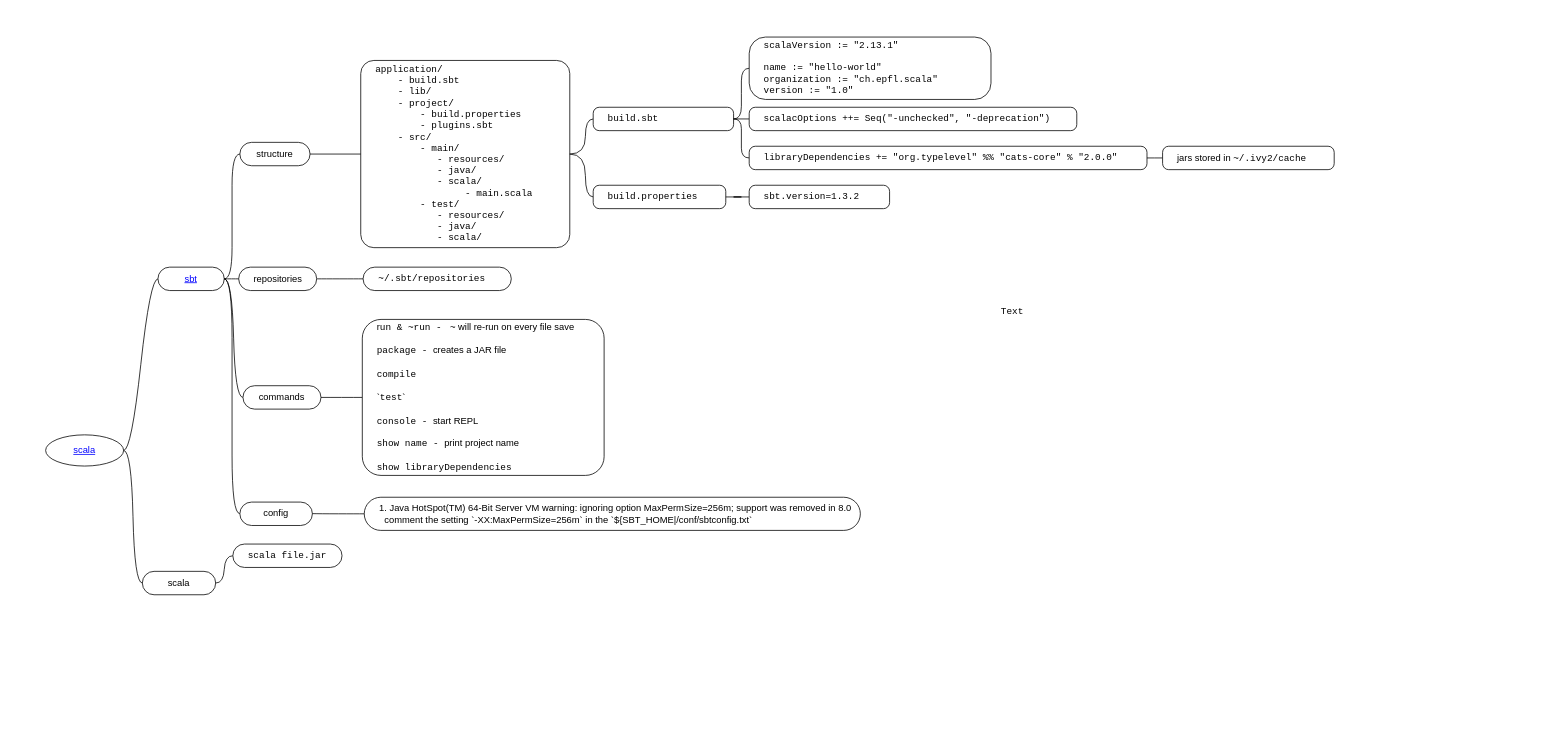
Before: page "scala" (3 of 3) of scala/scala.drawio in yangdj/tf_docs, a draw.io diagram. Source tidied: cells renumbered, new cells numbered last; positions are measured from the earlier drawing's top-left corner, leaving out a move shared by most shapes. Both pictures are drawn from the tidied source at 78%, with x=0, y=0 at pixel (13, 13).
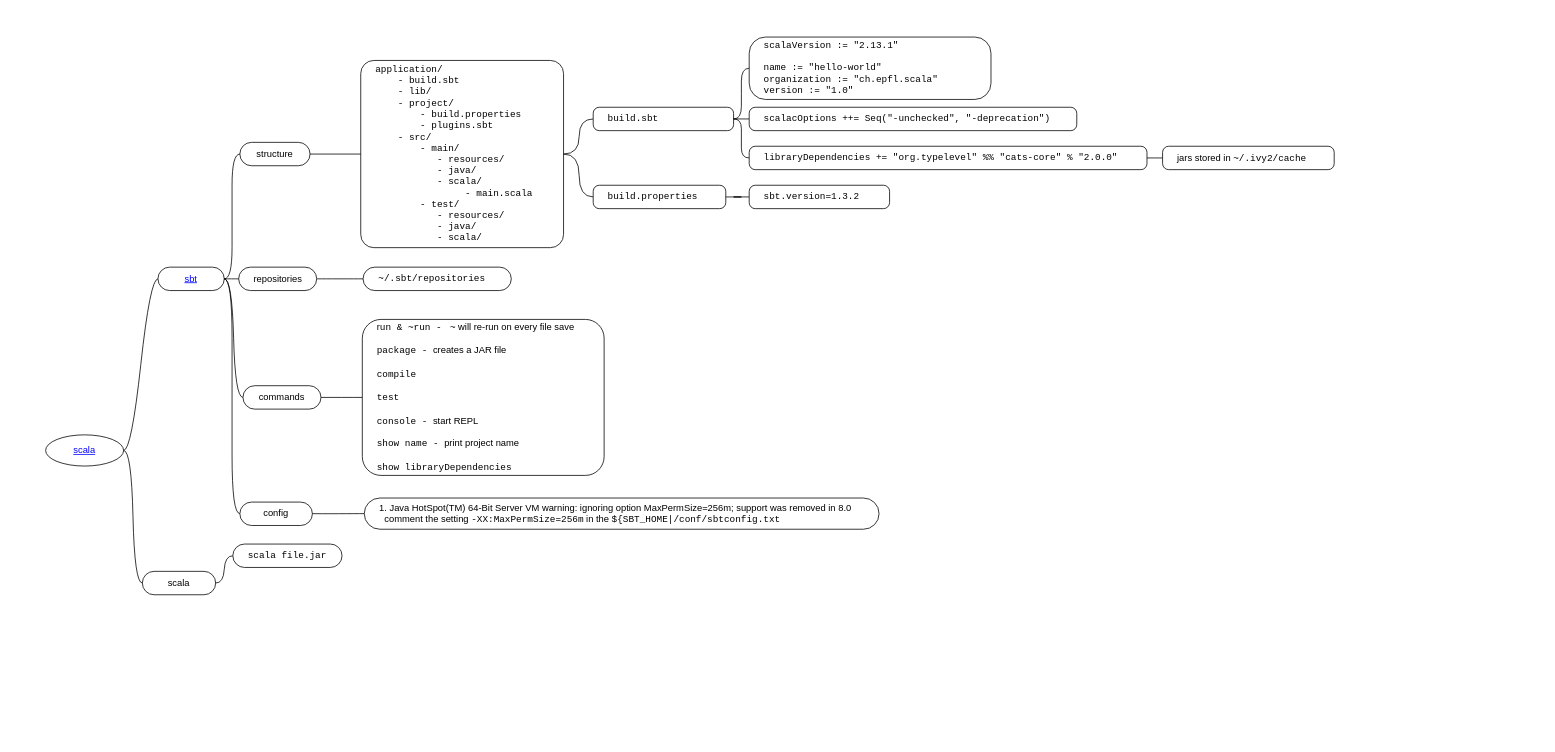
Above is the later version.

What changed in the source:
```diff
@@
-    <mxCell id="2" style="swimlane;html=1;startSize=20;horizontal=1;containerType=tree;fillColor=none;strokeColor=none;spacingLeft=15;fixDash=0;backgroundOutline=0;rounded=1;align=left;verticalAlign=middle;" parent="1" vertex="1">
+    <mxCell id="2" style="swimlane;html=1;startSize=20;horizontal=1;containerType=tree;fillColor=none;strokeColor=none;spacingLeft=15;fixDash=0;backgroundOutline=0;rounded=1;align=left;verticalAlign=middle;fontFamily=Helvetica;" parent="1" vertex="1">
       <mxGeometry width="1960" height="930" as="geometry" />
     </mxCell>
@@
     <mxCell id="16" value="application/&lt;br&gt;&amp;nbsp; &amp;nbsp; - build.sbt&lt;br&gt;&amp;nbsp; &amp;nbsp; - lib/&lt;br&gt;&amp;nbsp; &amp;nbsp; - project/&lt;br&gt;&amp;nbsp; &amp;nbsp; &amp;nbsp; &amp;nbsp; - build.properties&lt;br&gt;&amp;nbsp; &amp;nbsp; &amp;nbsp; &amp;nbsp; - plugins.sbt&lt;br&gt;&amp;nbsp; &amp;nbsp; - src/&lt;br&gt;&amp;nbsp; &amp;nbsp; &amp;nbsp; &amp;nbsp; - main/&lt;br&gt;&amp;nbsp; &amp;nbsp; &amp;nbsp; &amp;nbsp; &amp;nbsp; &amp;nbsp;- resources/&lt;br&gt;&amp;nbsp; &amp;nbsp; &amp;nbsp; &amp;nbsp; &amp;nbsp; &amp;nbsp;- java/&lt;br&gt;&amp;nbsp; &amp;nbsp; &amp;nbsp; &amp;nbsp; &amp;nbsp; &amp;nbsp;- scala/&lt;br&gt;&amp;nbsp; &amp;nbsp; &amp;nbsp; &amp;nbsp; &amp;nbsp; &amp;nbsp; &amp;nbsp; &amp;nbsp; - main.scala&lt;br&gt;&amp;nbsp; &amp;nbsp; &amp;nbsp; &amp;nbsp; - test/&lt;br&gt;&amp;nbsp; &amp;nbsp; &amp;nbsp; &amp;nbsp; &amp;nbsp; &amp;nbsp;- resources/&lt;br&gt;&amp;nbsp; &amp;nbsp; &amp;nbsp; &amp;nbsp; &amp;nbsp; &amp;nbsp;- java/&lt;br&gt;&amp;nbsp; &amp;nbsp; &amp;nbsp; &amp;nbsp; &amp;nbsp; &amp;nbsp;- scala/" style="whiteSpace=wrap;html=1;rounded=1;arcSize=7;align=left;verticalAlign=middle;strokeWidth=1;spacing=4;snapToPoint=1;fixDash=0;backgroundOutline=0;spacingLeft=15;glass=0;comic=0;shadow=0;fontFamily=Courier New;" parent="2" vertex="1">
-      <mxGeometry x="445" y="60" width="268" height="240" as="geometry" />
+      <mxGeometry x="445" y="60" width="260" height="240" as="geometry" />
     </mxCell>
@@
-    <mxCell id="21" value="r&lt;font face=&quot;Courier New&quot;&gt;un &amp;amp; ~run -&amp;nbsp;&lt;/font&gt;&amp;nbsp;&lt;font face=&quot;Courier New&quot;&gt;~&lt;/font&gt; will re-run on every file save&lt;br&gt;&lt;br&gt;&lt;font face=&quot;Courier New&quot;&gt;package -&amp;nbsp;&lt;/font&gt;creates a JAR file&lt;br&gt;&lt;br&gt;&lt;font face=&quot;Courier New&quot;&gt;compile&lt;/font&gt;&lt;br&gt;&lt;br&gt;`&lt;font face=&quot;Courier New&quot;&gt;test&lt;/font&gt;`&lt;br&gt;&lt;br&gt;&lt;font face=&quot;Courier New&quot;&gt;console -&amp;nbsp;&lt;/font&gt;start REPL&lt;br&gt;&lt;br&gt;&lt;font face=&quot;Courier New&quot;&gt;show name -&amp;nbsp;&lt;/font&gt;print project name&lt;br&gt;&lt;br&gt;&lt;font face=&quot;Courier New&quot;&gt;show libraryDependencies&lt;/font&gt;" style="whiteSpace=wrap;html=1;rounded=1;arcSize=12;align=left;verticalAlign=middle;strokeWidth=1;spacing=4;snapToPoint=1;fixDash=0;backgroundOutline=0;spacingLeft=15;" parent="2" vertex="1">
+    <mxCell id="21" value="r&lt;font face=&quot;Courier New&quot;&gt;un &amp;amp; ~run -&amp;nbsp;&lt;/font&gt;&amp;nbsp;&lt;font face=&quot;Courier New&quot;&gt;~&lt;/font&gt; will re-run on every file save&lt;br&gt;&lt;br&gt;&lt;font face=&quot;Courier New&quot;&gt;package -&amp;nbsp;&lt;/font&gt;creates a JAR file&lt;br&gt;&lt;br&gt;&lt;font face=&quot;Courier New&quot;&gt;compile&lt;/font&gt;&lt;br&gt;&lt;br&gt;&lt;font face=&quot;Courier New&quot;&gt;test&lt;/font&gt;&lt;br&gt;&lt;br&gt;&lt;font face=&quot;Courier New&quot;&gt;console -&amp;nbsp;&lt;/font&gt;start REPL&lt;br&gt;&lt;br&gt;&lt;font face=&quot;Courier New&quot;&gt;show name -&amp;nbsp;&lt;/font&gt;print project name&lt;br&gt;&lt;br&gt;&lt;font face=&quot;Courier New&quot;&gt;show libraryDependencies&lt;/font&gt;" style="whiteSpace=wrap;html=1;rounded=1;arcSize=12;align=left;verticalAlign=middle;strokeWidth=1;spacing=4;snapToPoint=1;fixDash=0;backgroundOutline=0;spacingLeft=15;" parent="2" vertex="1">
       <mxGeometry x="447" y="392" width="310" height="200" as="geometry" />
     </mxCell>
@@
-    <mxCell id="25" value="1. Java HotSpot(TM) 64-Bit Server VM warning: ignoring option MaxPermSize=256m; support was removed in 8.0&lt;br&gt;&amp;nbsp; comment the setting `-XX:MaxPermSize=256m` in the `${SBT_HOME|/conf/sbtconfig.txt`" style="whiteSpace=wrap;html=1;rounded=1;arcSize=50;align=left;verticalAlign=middle;strokeWidth=1;spacing=4;snapToPoint=1;fixDash=0;backgroundOutline=0;spacingLeft=15;" parent="2" vertex="1">
-      <mxGeometry x="449.5" y="620" width="636" height="42.5" as="geometry" />
+    <mxCell id="25" value="1. Java HotSpot(TM) 64-Bit Server VM warning: ignoring option MaxPermSize=256m; support was removed in 8.0&lt;br&gt;&amp;nbsp; comment the setting &lt;font face=&quot;Courier New&quot;&gt;-XX:MaxPermSize=256m&lt;/font&gt; in the &lt;font face=&quot;Courier New&quot;&gt;${SBT_HOME|/conf/sbtconfig.txt&lt;/font&gt;" style="whiteSpace=wrap;html=1;rounded=1;arcSize=50;align=left;verticalAlign=middle;strokeWidth=1;spacing=4;snapToPoint=1;fixDash=0;backgroundOutline=0;spacingLeft=15;" parent="2" vertex="1">
+      <mxGeometry x="449.5" y="621" width="660" height="40" as="geometry" />
     </mxCell>
@@
-    <mxCell id="40" value="Text" style="text;html=1;align=center;verticalAlign=middle;fontFamily=Courier New;fontColor=#000000;" parent="2" vertex="1">
-      <mxGeometry x="1260" y="372" width="40" height="20" as="geometry" />
+    <mxCell id="40" style="text;html=1;align=center;verticalAlign=middle;fontFamily=Courier New;fontColor=#000000;" parent="2" vertex="1">
+      <mxGeometry x="1255" y="362" width="50" height="40" as="geometry" />
     </mxCell>
```
